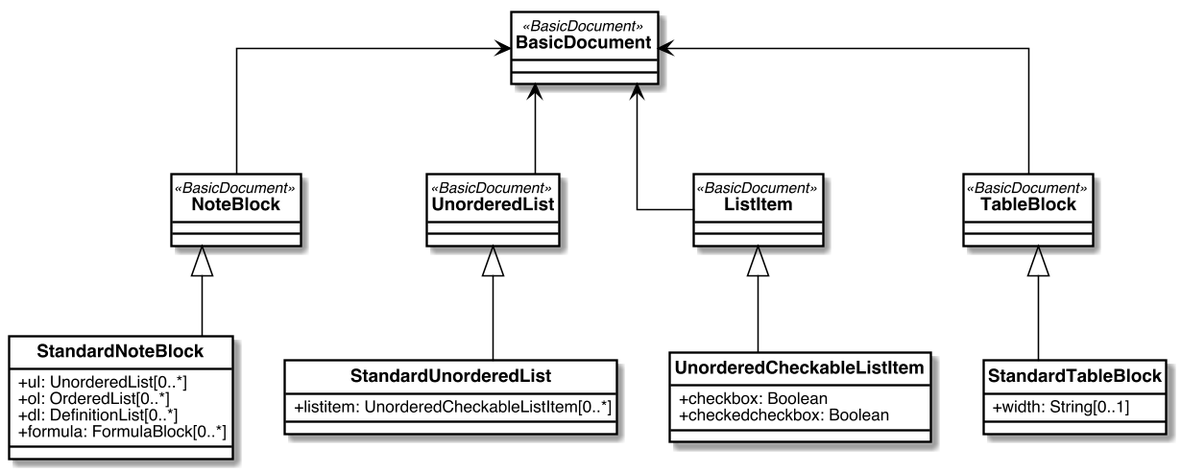
metanorma/standoc-models keeps this PlantUML diagram as standoc/images/StandardDoc_Blocks.png. Above is the earlier version. The source it was exported from:
```plantuml
@startuml StandardDoc_Blocks


skinparam Dpi 150
skinparam Monochrome false
skinparam LineType ortho
hide circle
skinparam Default {
  TextAlignment center
  FontName Helvetica
}
skinparam Class {
  AttributeIconSize 0
  BackgroundColor White
  ArrowColor Black
  BorderColor Black
  FontStyle bold
  StereotypeFontSize 10
}
skinparam Rectangle {
  BackgroundColor White
  ArrowColor Black
  BorderColor Black
  FontStyle bold
  FontSize 11
  StereotypeFontSize 10
}
skinparam Object {
  BackgroundColor White
  ArrowColor Black
  BorderColor Black
  FontStyle bold
  FontSize 11
  StereotypeFontSize 10
}

skinparam Entity {
  StereotypeFontSize 10
}




class BasicDocument <<BasicDocument>> {

}

class NoteBlock <<BasicDocument>> {
}

class StandardNoteBlock {
    +ul: UnorderedList[0..*]
    +ol: OrderedList[0..*]
    +dl: DefinitionList[0..*]
    +formula: FormulaBlock[0..*]
}

class UnorderedList <<BasicDocument>> {
}

class StandardUnorderedList {
    +listitem: UnorderedCheckableListItem[0..*]
}

class ListItem <<BasicDocument>> {
}

class UnorderedCheckableListItem {
    +checkbox: Boolean
    +checkedcheckbox: Boolean
}

class TableBlock <<BasicDocument>> {
}

class StandardTableBlock {
    +width: String[0..1]
}




BasicDocument <-- NoteBlock
BasicDocument <-- UnorderedList
BasicDocument <-- ListItem
BasicDocument <-- TableBlock
NoteBlock <|-- StandardNoteBlock
UnorderedList <|-- StandardUnorderedList
ListItem <|-- UnorderedCheckableListItem
TableBlock <|-- StandardTableBlock

@enduml
```
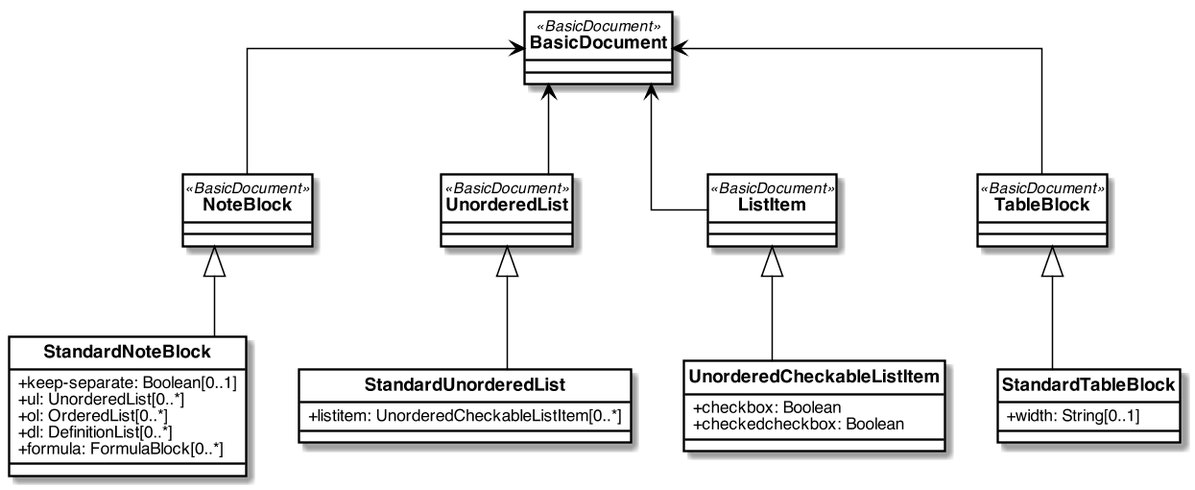
After the change.

Commit message:
note/@keep-separate: https://github.com/metanorma/metanorma-iso/issues/379

Diff of the diagram source:
```diff
@@ -49,6 +49,7 @@
 }
 
 class StandardNoteBlock {
+    +keep-separate: Boolean[0..1]
     +ul: UnorderedList[0..*]
     +ol: OrderedList[0..*]
     +dl: DefinitionList[0..*]
```
